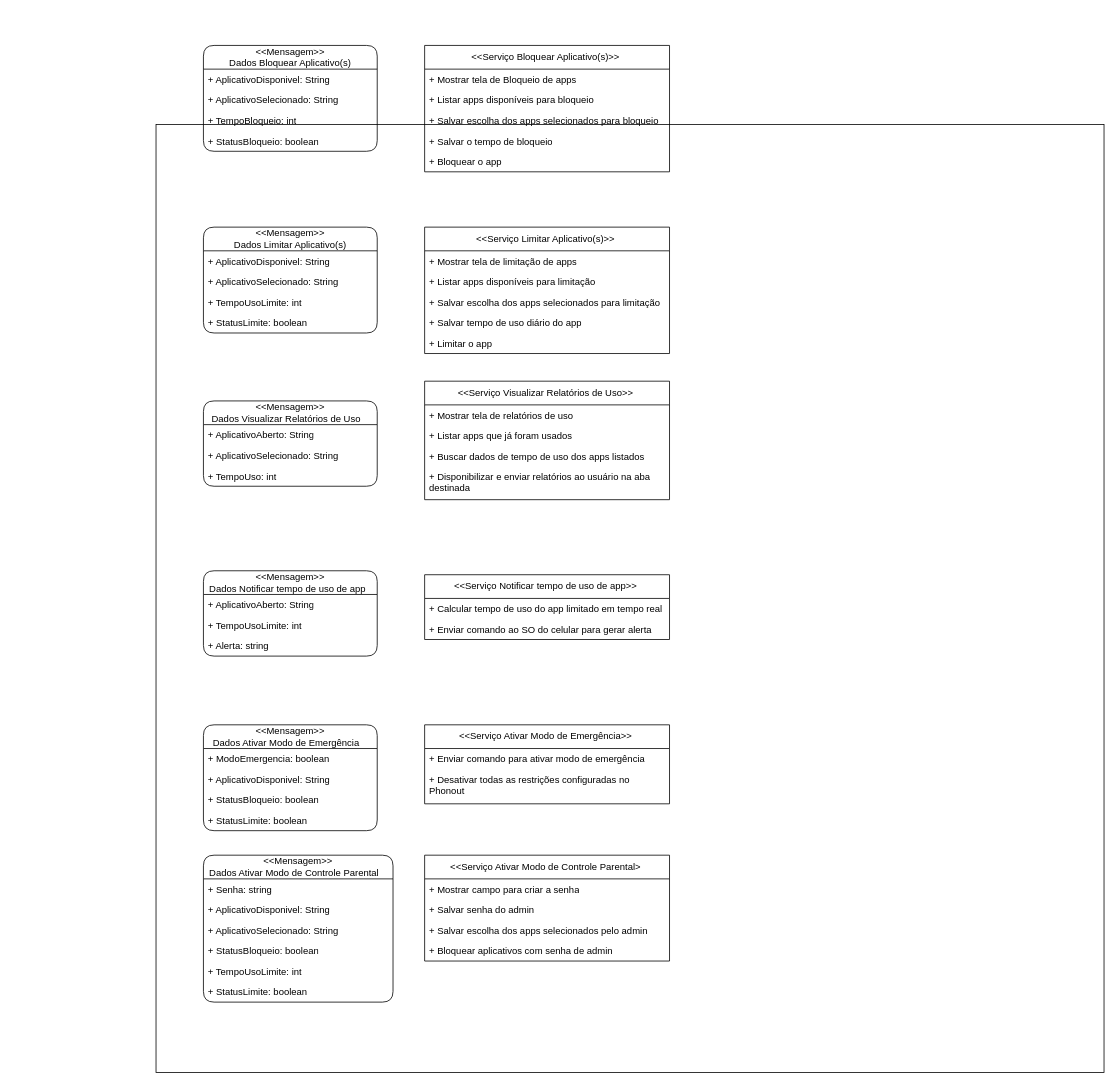
Above: DIAGRAMAS/Design_EsquemaDeMensagens.drawio in diegomeira2812/Phonout (draw.io), before the change. Source tidied: cells renumbered, new cells numbered last; positions are measured from the earlier drawing's top-left corner, leaving out a move shared by most shapes. Both pictures are drawn from the tidied source at 79%, with x=0, y=0 at pixel (156, 45).
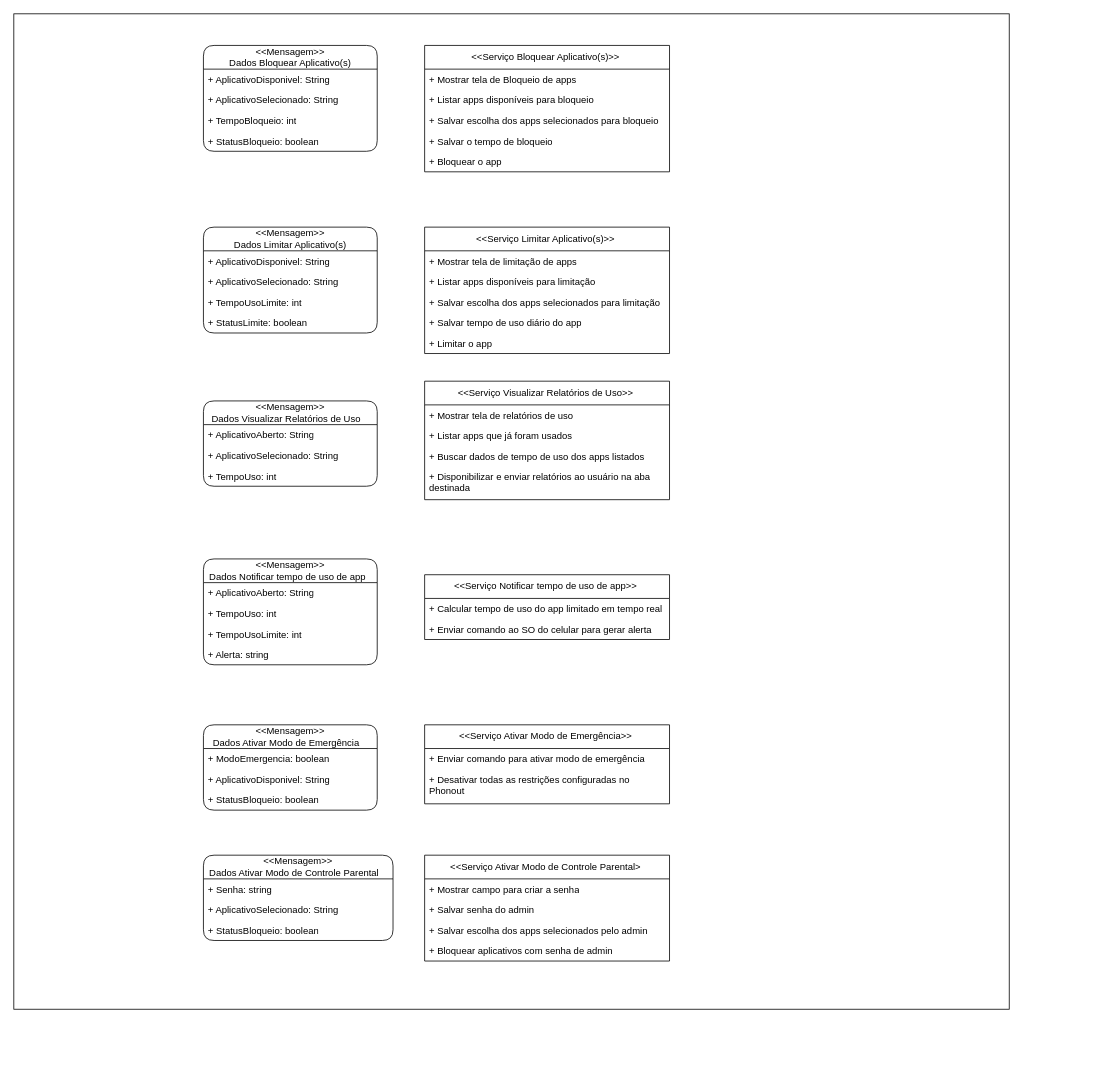
The same page after the edit.

What changed in the source:
```diff
@@
-    <mxCell id="2" style="whiteSpace=wrap;html=1;" parent="1" vertex="1">
-      <mxGeometry y="100" width="1200" height="1200" as="geometry" />
-    </mxCell>
+    <mxCell id="61" style="whiteSpace=wrap;html=1;" parent="1" vertex="1">
+      <mxGeometry x="-180" y="-40" width="1260" height="1260" as="geometry" />
+    </mxCell>
@@
     <mxCell id="34" value="&amp;lt;&amp;lt;Mensagem&amp;gt;&amp;gt;&lt;div&gt;Dados Ativar Modo de Emergência&amp;nbsp; &amp;nbsp;&lt;/div&gt;" style="swimlane;fontStyle=0;horizontal=1;startSize=30;fillColor=none;whiteSpace=wrap;html=1;rounded=1;" parent="1" vertex="1">
-      <mxGeometry x="60" y="860" width="220" height="134" as="geometry" />
+      <mxGeometry x="60" y="860" width="220" height="108" as="geometry" />
     </mxCell>
@@
-    <mxCell id="38" value="+ StatusLimite: boolean" style="text;strokeColor=none;fillColor=none;align=left;verticalAlign=top;spacingLeft=4;spacingRight=4;overflow=hidden;whiteSpace=wrap;html=1;" parent="34" vertex="1">
-      <mxGeometry y="108" width="220" height="26" as="geometry" />
-    </mxCell>
@@
     <mxCell id="42" value="&amp;lt;&amp;lt;Mensagem&amp;gt;&amp;gt;&lt;div&gt;Dados Ativar Modo de Controle Parental&amp;nbsp; &amp;nbsp;&lt;/div&gt;" style="swimlane;fontStyle=0;horizontal=1;startSize=30;fillColor=none;whiteSpace=wrap;html=1;rounded=1;" parent="1" vertex="1">
-      <mxGeometry x="60" y="1025" width="240" height="186" as="geometry" />
+      <mxGeometry x="60" y="1025" width="240" height="108" as="geometry" />
     </mxCell>
@@
-    <mxCell id="44" value="+ AplicativoDisponivel: String" style="text;strokeColor=none;fillColor=none;align=left;verticalAlign=top;spacingLeft=4;spacingRight=4;overflow=hidden;whiteSpace=wrap;html=1;" parent="42" vertex="1">
-      <mxGeometry y="56" width="240" height="26" as="geometry" />
-    </mxCell>
     <mxCell id="45" value="+ AplicativoSelecionado: String" style="text;strokeColor=none;fillColor=none;align=left;verticalAlign=top;spacingLeft=4;spacingRight=4;overflow=hidden;whiteSpace=wrap;html=1;" parent="42" vertex="1">
-      <mxGeometry y="82" width="240" height="26" as="geometry" />
+      <mxGeometry y="56" width="240" height="26" as="geometry" />
     </mxCell>
     <mxCell id="46" value="+ StatusBloqueio: boolean" style="text;strokeColor=none;fillColor=none;align=left;verticalAlign=top;spacingLeft=4;spacingRight=4;overflow=hidden;whiteSpace=wrap;html=1;" parent="42" vertex="1">
-      <mxGeometry y="108" width="240" height="26" as="geometry" />
+      <mxGeometry y="82" width="240" height="26" as="geometry" />
     </mxCell>
-    <mxCell id="47" value="+ TempoUsoLimite: int" style="text;strokeColor=none;fillColor=none;align=left;verticalAlign=top;spacingLeft=4;spacingRight=4;overflow=hidden;whiteSpace=wrap;html=1;" parent="42" vertex="1">
-      <mxGeometry y="134" width="240" height="26" as="geometry" />
-    </mxCell>
-    <mxCell id="48" value="+ StatusLimite: boolean" style="text;strokeColor=none;fillColor=none;align=left;verticalAlign=top;spacingLeft=4;spacingRight=4;overflow=hidden;whiteSpace=wrap;html=1;" parent="42" vertex="1">
-      <mxGeometry y="160" width="240" height="26" as="geometry" />
-    </mxCell>
@@
-    <mxCell id="54" value="&amp;lt;&amp;lt;Mensagem&amp;gt;&amp;gt;&lt;div&gt;Dados Notificar tempo de uso de app &amp;nbsp;&lt;/div&gt;" style="swimlane;fontStyle=0;horizontal=1;startSize=30;fillColor=none;whiteSpace=wrap;html=1;rounded=1;" parent="1" vertex="1">
-      <mxGeometry x="60" y="665" width="220" height="108" as="geometry" />
-    </mxCell>
-    <mxCell id="55" value="+ AplicativoAberto: String" style="text;strokeColor=none;fillColor=none;align=left;verticalAlign=top;spacingLeft=4;spacingRight=4;overflow=hidden;whiteSpace=wrap;html=1;" parent="54" vertex="1">
-      <mxGeometry y="30" width="220" height="26" as="geometry" />
-    </mxCell>
-    <mxCell id="56" value="+ TempoUsoLimite: int" style="text;strokeColor=none;fillColor=none;align=left;verticalAlign=top;spacingLeft=4;spacingRight=4;overflow=hidden;whiteSpace=wrap;html=1;" parent="54" vertex="1">
-      <mxGeometry y="56" width="220" height="26" as="geometry" />
-    </mxCell>
-    <mxCell id="57" value="+ Alerta: string" style="text;strokeColor=none;fillColor=none;align=left;verticalAlign=top;spacingLeft=4;spacingRight=4;overflow=hidden;whiteSpace=wrap;html=1;" parent="54" vertex="1">
-      <mxGeometry y="82" width="220" height="26" as="geometry" />
-    </mxCell>
@@
+    <mxCell id="54" value="&amp;lt;&amp;lt;Mensagem&amp;gt;&amp;gt;&lt;div&gt;Dados Notificar tempo de uso de app &amp;nbsp;&lt;/div&gt;" style="swimlane;fontStyle=0;horizontal=1;startSize=30;fillColor=none;whiteSpace=wrap;html=1;rounded=1;" parent="1" vertex="1">
+      <mxGeometry x="60" y="650" width="220" height="134" as="geometry" />
+    </mxCell>
+    <mxCell id="55" value="+ AplicativoAberto: String" style="text;strokeColor=none;fillColor=none;align=left;verticalAlign=top;spacingLeft=4;spacingRight=4;overflow=hidden;whiteSpace=wrap;html=1;" parent="54" vertex="1">
+      <mxGeometry y="30" width="220" height="26" as="geometry" />
+    </mxCell>
+    <mxCell id="62" value="+ TempoUso: int" style="text;strokeColor=none;fillColor=none;align=left;verticalAlign=top;spacingLeft=4;spacingRight=4;overflow=hidden;whiteSpace=wrap;html=1;" parent="54" vertex="1">
+      <mxGeometry y="56" width="220" height="26" as="geometry" />
+    </mxCell>
+    <mxCell id="63" value="+ TempoUsoLimite: int" style="text;strokeColor=none;fillColor=none;align=left;verticalAlign=top;spacingLeft=4;spacingRight=4;overflow=hidden;whiteSpace=wrap;html=1;" parent="54" vertex="1">
+      <mxGeometry y="82" width="220" height="26" as="geometry" />
+    </mxCell>
+    <mxCell id="57" value="+ Alerta: string" style="text;strokeColor=none;fillColor=none;align=left;verticalAlign=top;spacingLeft=4;spacingRight=4;overflow=hidden;whiteSpace=wrap;html=1;" parent="54" vertex="1">
+      <mxGeometry y="108" width="220" height="26" as="geometry" />
+    </mxCell>
```
